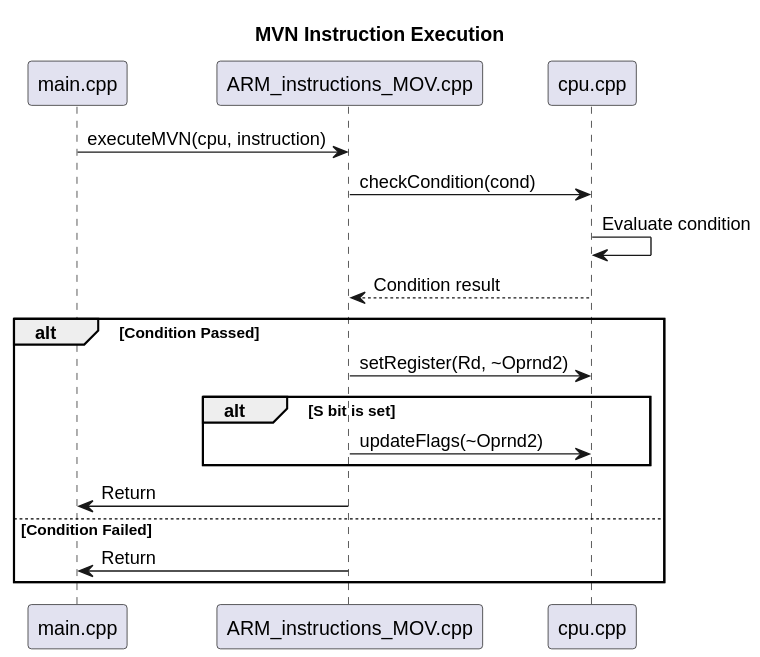
This is docs/diagrams/MOV/result/MVN.svg from tylermaginnis/ARM7DTMIEMULATOR, a PlantUML export, as it was before one commit.
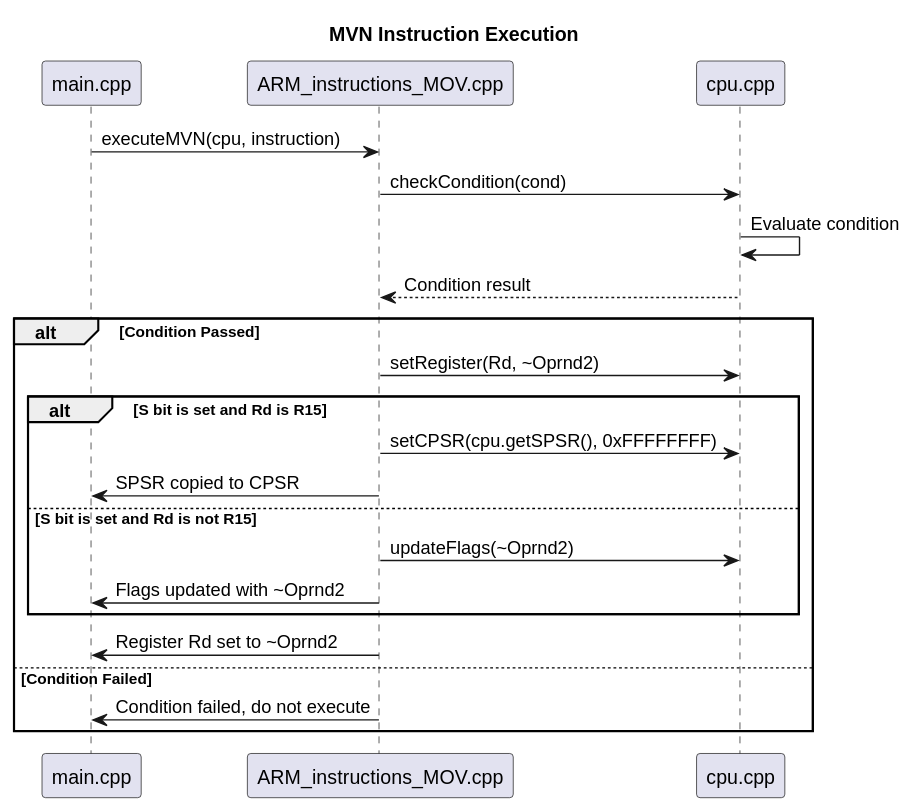
Later version of the same file.

What changed in the source:
```diff
@@ -11,11 +11,15 @@
 CPU --> MOV: Condition result
 alt Condition Passed
     MOV -> CPU: setRegister(Rd, ~Oprnd2)
-    alt S bit is set
+    alt S bit is set and Rd is R15
+        MOV -> CPU: setCPSR(cpu.getSPSR(), 0xFFFFFFFF)
+        MOV -> Main: SPSR copied to CPSR
+    else S bit is set and Rd is not R15
         MOV -> CPU: updateFlags(~Oprnd2)
+        MOV -> Main: Flags updated with ~Oprnd2
     end
-    MOV -> Main: Return
+    MOV -> Main: Register Rd set to ~Oprnd2
 else Condition Failed
-    MOV -> Main: Return
+    MOV -> Main: Condition failed, do not execute
 end
 @enduml
```
